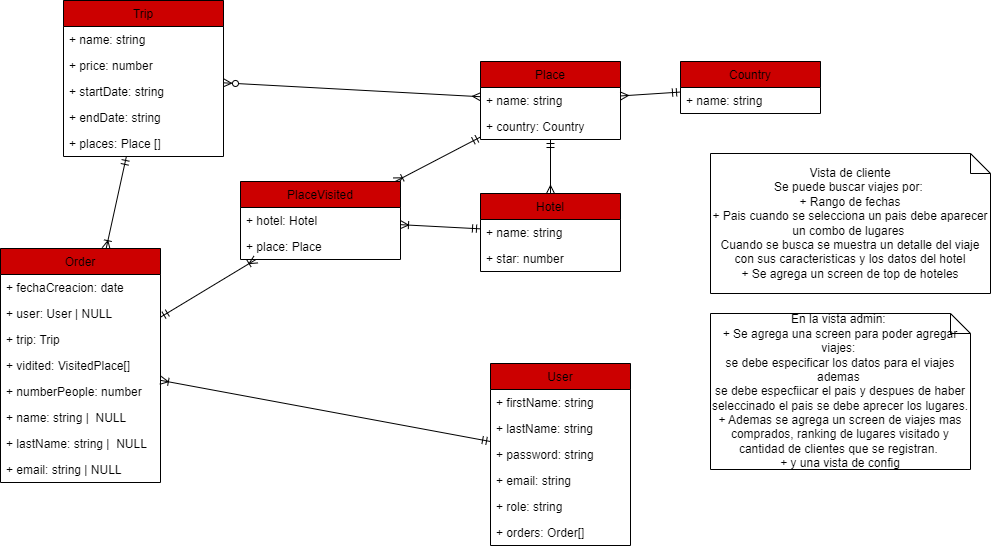
gastoncba/fast-tour keeps this draw.io diagram as diagram.drawio.png. Above is the earlier version. Source tidied: cells renumbered, new cells last; positions are measured from the earlier drawing's top-left corner, leaving out a move shared by most shapes.
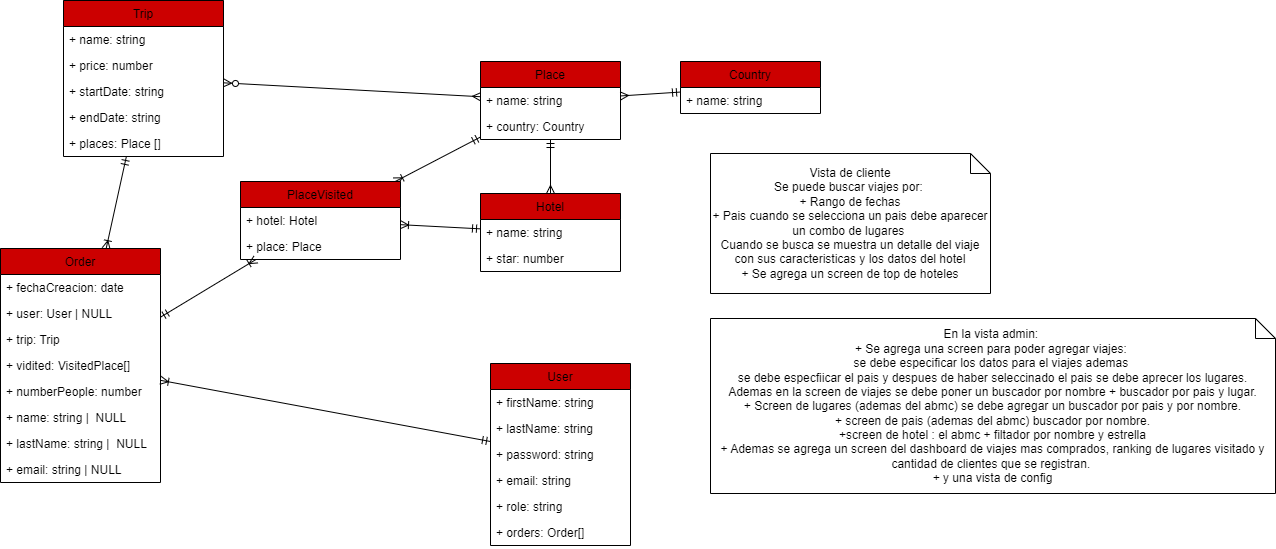
The same file after the commit.

Change to the diagram source:
```diff
@@ -56,8 +56,8 @@
     <mxCell id="19" value="Vista de cliente&lt;br&gt;Se puede buscar viajes por:&amp;nbsp;&lt;br&gt;+ Rango de fechas&lt;br&gt;+ Pais cuando se selecciona un pais debe aparecer un combo de lugares&amp;nbsp;&lt;br&gt;Cuando se busca se muestra un detalle del viaje con sus caracteristicas y los datos del hotel&lt;br&gt;+ Se agrega un screen de top de hoteles" style="shape=note;size=20;whiteSpace=wrap;html=1;" parent="1" vertex="1">
       <mxGeometry x="710" y="153" width="280" height="140" as="geometry" />
     </mxCell>
-    <mxCell id="20" value="En la vista admin:&amp;nbsp;&lt;br&gt;+ Se agrega una screen para poder agregar viajes:&amp;nbsp;&lt;br&gt;se debe especificar los datos para el viajes ademas&amp;nbsp;&lt;br&gt;se debe especfiicar el pais y despues de haber seleccinado el pais se debe aprecer los lugares.&lt;br&gt;+ Ademas se agrega un screen de viajes mas comprados, ranking de lugares visitado y cantidad de clientes que se registran.&amp;nbsp;&lt;br&gt;+ y una vista de config" style="shape=note;size=20;whiteSpace=wrap;html=1;" parent="1" vertex="1">
-      <mxGeometry x="710" y="313" width="260" height="156" as="geometry" />
+    <mxCell id="20" value="&lt;div style=&quot;&quot;&gt;&lt;span style=&quot;background-color: initial;&quot;&gt;En la vista admin:&amp;nbsp;&lt;/span&gt;&lt;/div&gt;&lt;div style=&quot;&quot;&gt;&lt;span style=&quot;background-color: initial;&quot;&gt;+ Se agrega una screen para poder agregar viajes:&amp;nbsp;&lt;/span&gt;&lt;/div&gt;&lt;div style=&quot;&quot;&gt;&lt;span style=&quot;background-color: initial;&quot;&gt;se debe especificar los datos para el viajes ademas&amp;nbsp;&lt;/span&gt;&lt;/div&gt;&lt;div style=&quot;&quot;&gt;&lt;span style=&quot;background-color: initial;&quot;&gt;se debe especfiicar el pais y despues de haber seleccinado el pais se debe aprecer los lugares.&lt;/span&gt;&lt;/div&gt;&lt;div style=&quot;&quot;&gt;&lt;span style=&quot;background-color: initial;&quot;&gt;Ademas en la screen de viajes se debe poner un buscador por nombre + buscador por pais y lugar.&lt;/span&gt;&lt;/div&gt;&lt;div style=&quot;&quot;&gt;+ Screen de lugares (ademas del abmc) se debe agregar un buscador por pais y por nombre.&lt;/div&gt;&lt;div style=&quot;&quot;&gt;+ screen de pais (ademas del abmc) buscador por nombre.&lt;/div&gt;&lt;div style=&quot;&quot;&gt;+screen de hotel : el abmc + filtador por nombre y estrella&lt;/div&gt;&lt;div style=&quot;&quot;&gt;&lt;span style=&quot;background-color: initial;&quot;&gt;+ Ademas se agrega un screen del dashboard de viajes mas comprados, ranking de lugares visitado y cantidad de clientes que se registran.&amp;nbsp;&lt;/span&gt;&lt;/div&gt;&lt;div style=&quot;&quot;&gt;&lt;span style=&quot;background-color: initial;&quot;&gt;+ y una vista de config&lt;/span&gt;&lt;/div&gt;" style="shape=note;size=20;whiteSpace=wrap;html=1;align=center;" parent="1" vertex="1">
+      <mxGeometry x="710" y="318" width="565" height="175" as="geometry" />
     </mxCell>
     <mxCell id="21" value="User" style="swimlane;fontStyle=0;horizontal=1;startSize=26;fillColor=#CC0000;" parent="1" vertex="1">
       <mxGeometry x="490" y="363" width="140" height="182" as="geometry" />
```
